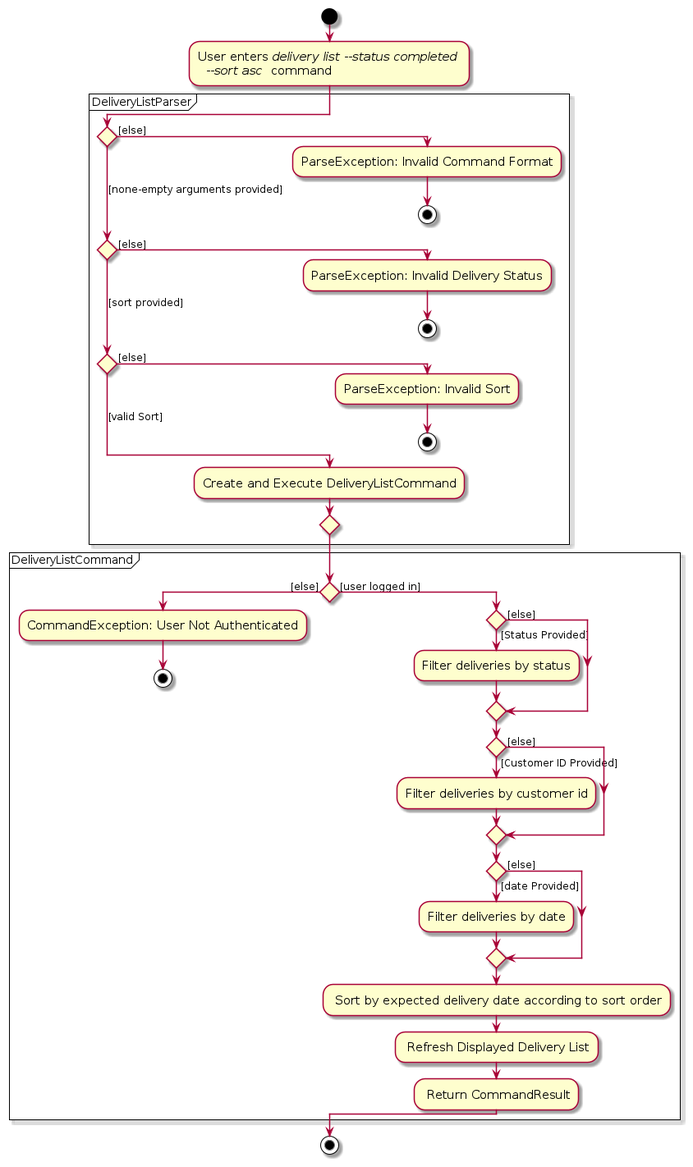
zhonghan721/tp keeps this PlantUML diagram as diagrams/implementation/delivery/DeliveryListActivityDiagram.png. Above is the earlier version. Its source is kept beside it as diagrams/implementation/delivery/DeliveryListActivityDiagram.puml.
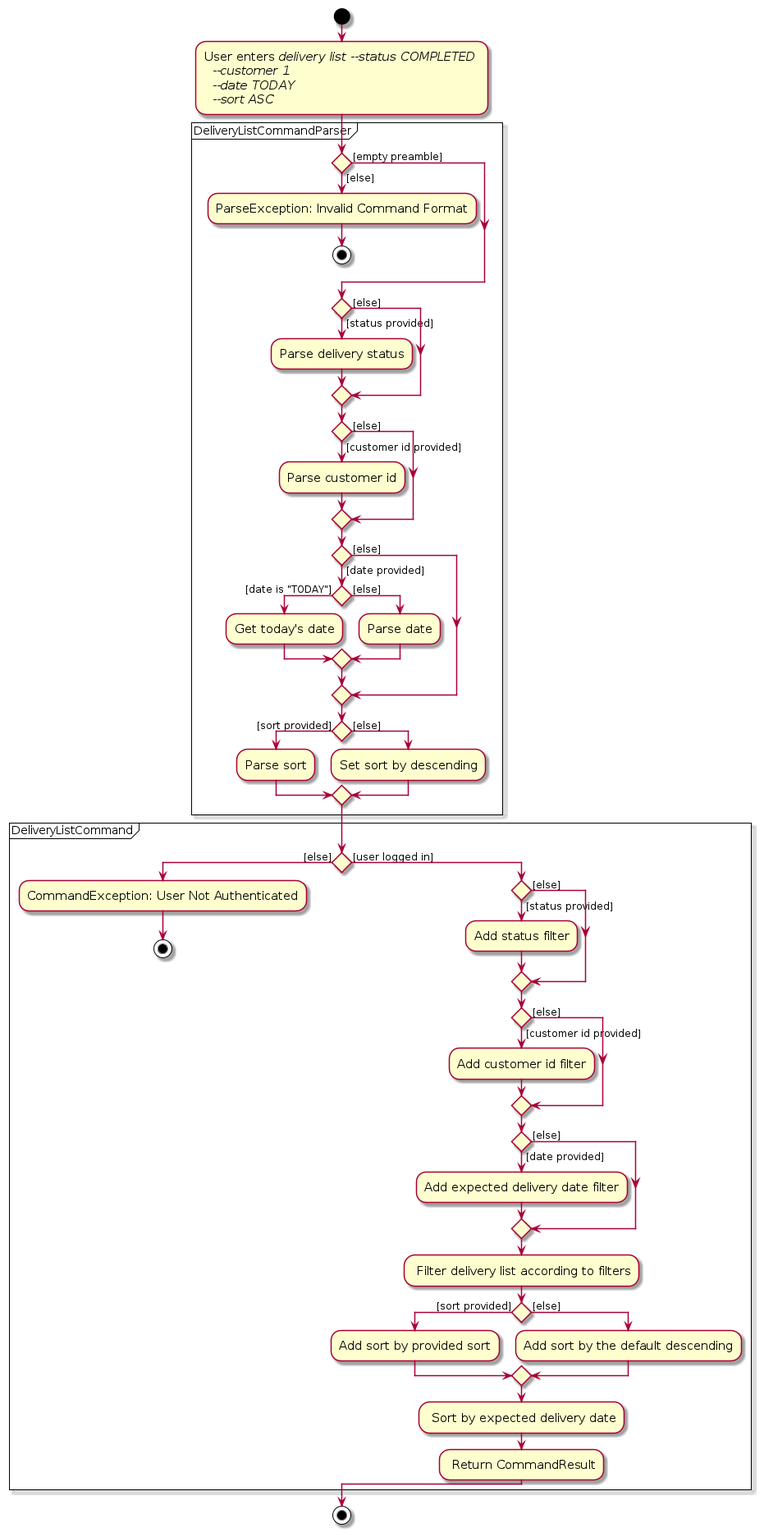
Above is the later version.

What changed in the source:
```diff
@@ -5,20 +5,44 @@
 
 !pragma useVerticalIf on
 start
-:User enters <i>delivery list --status completed \n <i> --sort asc </i> command;
-partition DeliveryListParser {
+:User enters <i>delivery list --status COMPLETED \n <i> --customer 1</i> \n <i> --date TODAY </i> \n <i> --sort ASC </i>;
+partition DeliveryListCommandParser {
     if () then ([else])
         :ParseException: Invalid Command Format;
         stop
-    ([none-empty arguments provided]) elseif () then ([else])
-        :ParseException: Invalid Delivery Status;
-        stop
-    ([sort provided]) elseif () then ([else])
-        :ParseException: Invalid Sort;
-        stop
-    else ([valid Sort])
-        :Create and Execute DeliveryListCommand;
+        else ([empty preamble])
         endif
+
+       if () then ([status provided])
+           :Parse delivery status;
+       else ([else])
+       endif
+
+       if () then ([customer id provided])
+           :Parse customer id;
+
+       else ([else])
+       endif
+
+       if () then ([date provided])
+
+           if () then ([date is "TODAY"])
+               :Get today's date;
+
+           else ([else])
+            :Parse date;
+           endif
+
+       else ([else])
+        endif
+
+          if () then ([sort provided])
+                   :Parse sort;
+
+               else ([else])
+               :Set sort by descending;
+               endif
+
 }
 
 partition DeliveryListCommand {
@@ -27,22 +51,27 @@
         stop
     else ([user logged in])
 
-    if () then ([Status Provided])
-        :Filter deliveries by status;
+    if () then ([status provided])
+        :Add status filter;
     else ([else])
     endif
 
-    if () then ([Customer ID Provided])
-        :Filter deliveries by customer id;
+    if () then ([customer id provided])
+        :Add customer id filter;
     else ([else])
     endif
 
-    if () then ([date Provided])
-        :Filter deliveries by date;
+    if () then ([date provided])
+        :Add expected delivery date filter;
     else ([else])
     endif
-        : Sort by expected delivery date according to sort order;
-        : Refresh Displayed Delivery List;
+        : Filter delivery list according to filters;
+     if () then ([sort provided])
+            :Add sort by provided sort;
+        else ([else])
+        :Add sort by the default descending;
+        endif
+        : Sort by expected delivery date;
         : Return CommandResult;
     endif
 
```
